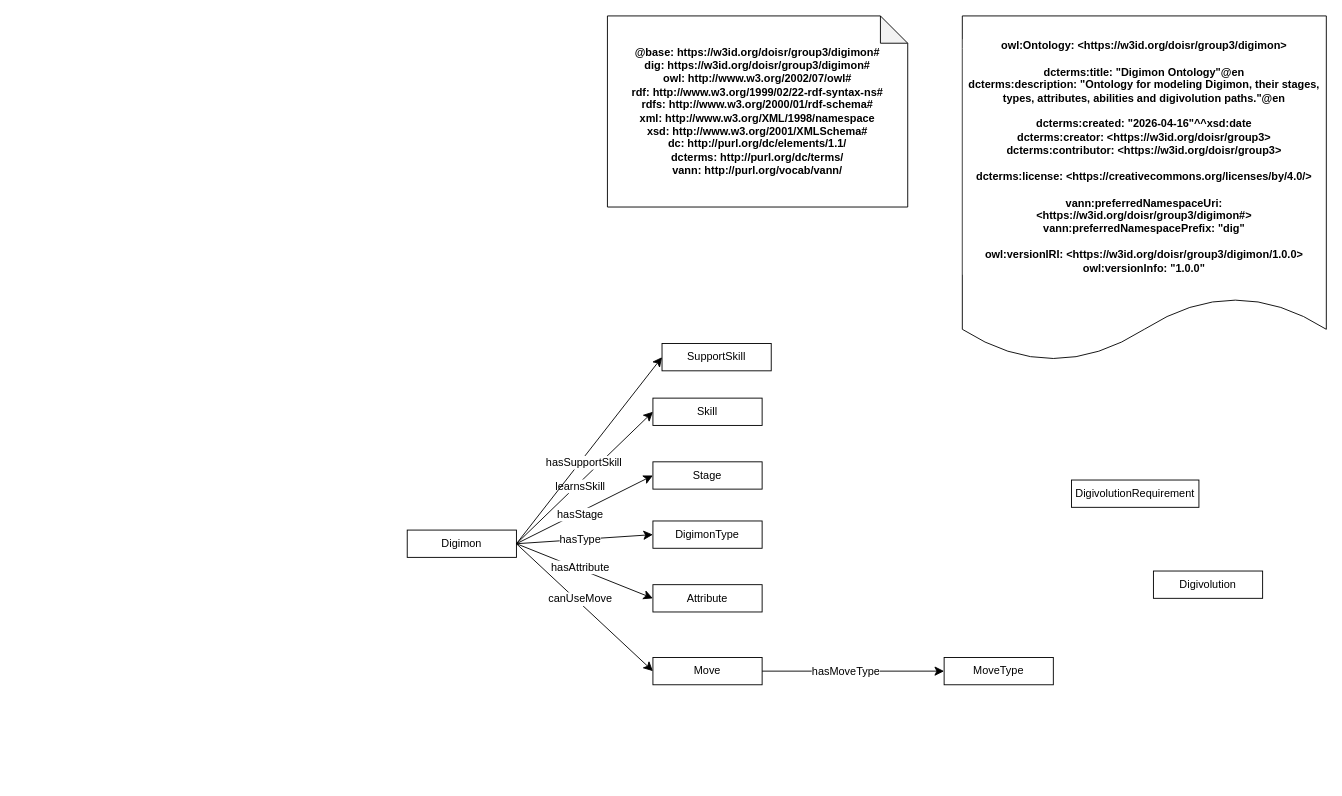
The draw.io diagram 1st ontology conceptualization assignment/1st OntConcept 25-26 Group 3.drawio.xml in alvaroogarciia1/DOISR-25-26, before the edit. Source tidied: cells renumbered, new cells numbered last; positions are measured from the earlier drawing's top-left corner, leaving out a move shared by most shapes. Both pictures are drawn from the tidied source at 91%, with x=0, y=0 at pixel (407, 15).
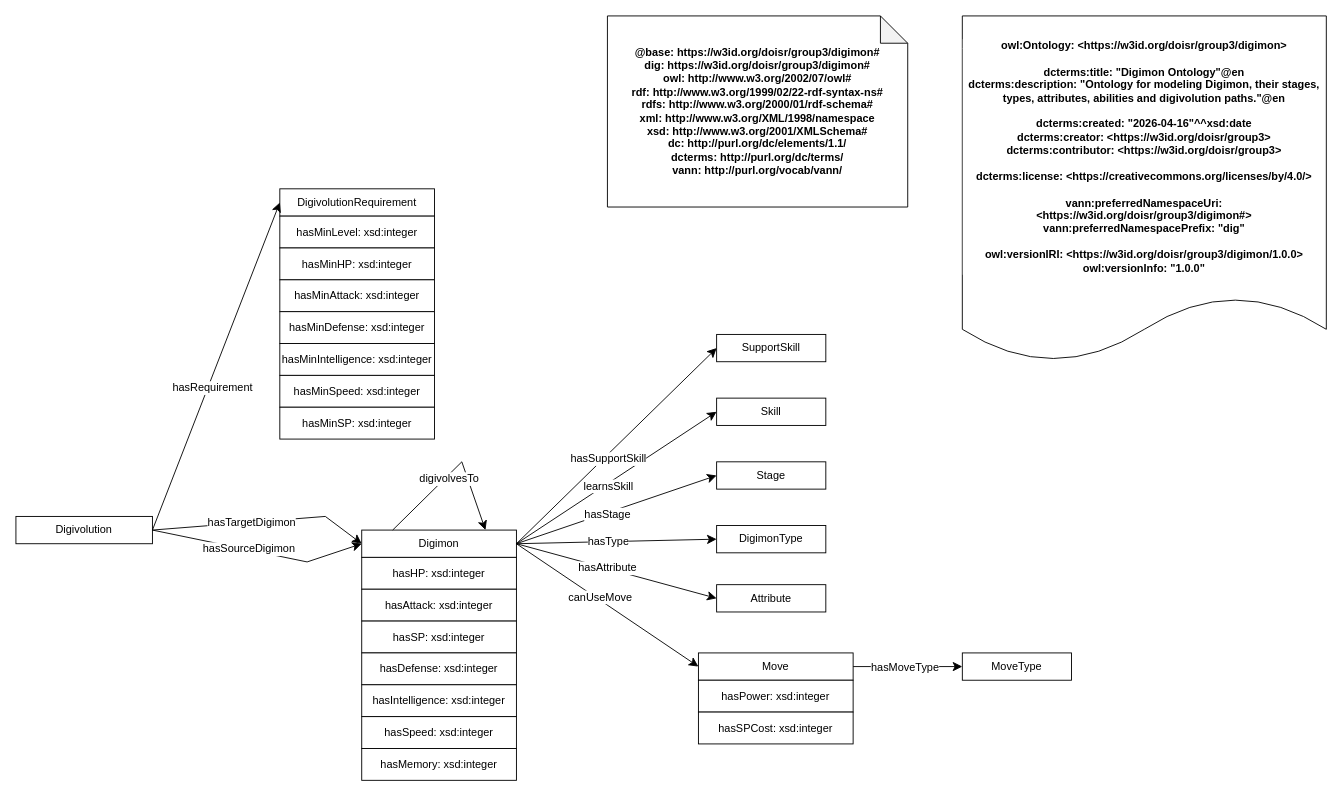
The same page after the edit.

The edit, as a diff of the source:
```diff
@@
     <mxCell id="4" value="Digimon" style="rounded=0;whiteSpace=wrap;html=1;snapToPoint=1;points=[[0.1,0],[0.2,0],[0.3,0],[0.4,0],[0.5,0],[0.6,0],[0.7,0],[0.8,0],[0.9,0],[0,0.1],[0,0.3],[0,0.5],[0,0.7],[0,0.9],[0.1,1],[0.2,1],[0.3,1],[0.4,1],[0.5,1],[0.6,1],[0.7,1],[0.8,1],[0.9,1],[1,0.1],[1,0.3],[1,0.5],[1,0.7],[1,0.9]];" parent="1" vertex="1">
-      <mxGeometry y="565" width="120" height="30" as="geometry" />
+      <mxGeometry x="-50" y="565" width="170" height="30" as="geometry" />
     </mxCell>
     <mxCell id="5" value="Stage" style="rounded=0;whiteSpace=wrap;html=1;snapToPoint=1;points=[[0.1,0],[0.2,0],[0.3,0],[0.4,0],[0.5,0],[0.6,0],[0.7,0],[0.8,0],[0.9,0],[0,0.1],[0,0.3],[0,0.5],[0,0.7],[0,0.9],[0.1,1],[0.2,1],[0.3,1],[0.4,1],[0.5,1],[0.6,1],[0.7,1],[0.8,1],[0.9,1],[1,0.1],[1,0.3],[1,0.5],[1,0.7],[1,0.9]];" parent="1" vertex="1">
-      <mxGeometry x="270" y="490" width="120" height="30" as="geometry" />
+      <mxGeometry x="340" y="490" width="120" height="30" as="geometry" />
     </mxCell>
     <mxCell id="6" value="DigimonType" style="rounded=0;whiteSpace=wrap;html=1;snapToPoint=1;points=[[0.1,0],[0.2,0],[0.3,0],[0.4,0],[0.5,0],[0.6,0],[0.7,0],[0.8,0],[0.9,0],[0,0.1],[0,0.3],[0,0.5],[0,0.7],[0,0.9],[0.1,1],[0.2,1],[0.3,1],[0.4,1],[0.5,1],[0.6,1],[0.7,1],[0.8,1],[0.9,1],[1,0.1],[1,0.3],[1,0.5],[1,0.7],[1,0.9]];" parent="1" vertex="1">
-      <mxGeometry x="270" y="555" width="120" height="30" as="geometry" />
+      <mxGeometry x="340" y="560" width="120" height="30" as="geometry" />
     </mxCell>
     <mxCell id="7" value="Attribute" style="rounded=0;whiteSpace=wrap;html=1;snapToPoint=1;points=[[0.1,0],[0.2,0],[0.3,0],[0.4,0],[0.5,0],[0.6,0],[0.7,0],[0.8,0],[0.9,0],[0,0.1],[0,0.3],[0,0.5],[0,0.7],[0,0.9],[0.1,1],[0.2,1],[0.3,1],[0.4,1],[0.5,1],[0.6,1],[0.7,1],[0.8,1],[0.9,1],[1,0.1],[1,0.3],[1,0.5],[1,0.7],[1,0.9]];" parent="1" vertex="1">
-      <mxGeometry x="270" y="625" width="120" height="30" as="geometry" />
+      <mxGeometry x="340" y="625" width="120" height="30" as="geometry" />
     </mxCell>
     <mxCell id="8" value="Move" style="rounded=0;whiteSpace=wrap;html=1;snapToPoint=1;points=[[0.1,0],[0.2,0],[0.3,0],[0.4,0],[0.5,0],[0.6,0],[0.7,0],[0.8,0],[0.9,0],[0,0.1],[0,0.3],[0,0.5],[0,0.7],[0,0.9],[0.1,1],[0.2,1],[0.3,1],[0.4,1],[0.5,1],[0.6,1],[0.7,1],[0.8,1],[0.9,1],[1,0.1],[1,0.3],[1,0.5],[1,0.7],[1,0.9]];" parent="1" vertex="1">
-      <mxGeometry x="270" y="705" width="120" height="30" as="geometry" />
+      <mxGeometry x="320" y="700" width="170" height="30" as="geometry" />
     </mxCell>
     <mxCell id="9" value="MoveType" style="rounded=0;whiteSpace=wrap;html=1;snapToPoint=1;points=[[0.1,0],[0.2,0],[0.3,0],[0.4,0],[0.5,0],[0.6,0],[0.7,0],[0.8,0],[0.9,0],[0,0.1],[0,0.3],[0,0.5],[0,0.7],[0,0.9],[0.1,1],[0.2,1],[0.3,1],[0.4,1],[0.5,1],[0.6,1],[0.7,1],[0.8,1],[0.9,1],[1,0.1],[1,0.3],[1,0.5],[1,0.7],[1,0.9]];" parent="1" vertex="1">
-      <mxGeometry x="590" y="705" width="120" height="30" as="geometry" />
+      <mxGeometry x="610" y="700" width="120" height="30" as="geometry" />
     </mxCell>
     <mxCell id="10" value="Skill" style="rounded=0;whiteSpace=wrap;html=1;snapToPoint=1;points=[[0.1,0],[0.2,0],[0.3,0],[0.4,0],[0.5,0],[0.6,0],[0.7,0],[0.8,0],[0.9,0],[0,0.1],[0,0.3],[0,0.5],[0,0.7],[0,0.9],[0.1,1],[0.2,1],[0.3,1],[0.4,1],[0.5,1],[0.6,1],[0.7,1],[0.8,1],[0.9,1],[1,0.1],[1,0.3],[1,0.5],[1,0.7],[1,0.9]];" parent="1" vertex="1">
-      <mxGeometry x="270" y="420" width="120" height="30" as="geometry" />
+      <mxGeometry x="340" y="420" width="120" height="30" as="geometry" />
     </mxCell>
     <mxCell id="11" value="SupportSkill" style="rounded=0;whiteSpace=wrap;html=1;snapToPoint=1;points=[[0.1,0],[0.2,0],[0.3,0],[0.4,0],[0.5,0],[0.6,0],[0.7,0],[0.8,0],[0.9,0],[0,0.1],[0,0.3],[0,0.5],[0,0.7],[0,0.9],[0.1,1],[0.2,1],[0.3,1],[0.4,1],[0.5,1],[0.6,1],[0.7,1],[0.8,1],[0.9,1],[1,0.1],[1,0.3],[1,0.5],[1,0.7],[1,0.9]];" parent="1" vertex="1">
-      <mxGeometry x="280" y="360" width="120" height="30" as="geometry" />
+      <mxGeometry x="340" y="350" width="120" height="30" as="geometry" />
     </mxCell>
     <mxCell id="12" value="Digivolution" style="rounded=0;whiteSpace=wrap;html=1;snapToPoint=1;points=[[0.1,0],[0.2,0],[0.3,0],[0.4,0],[0.5,0],[0.6,0],[0.7,0],[0.8,0],[0.9,0],[0,0.1],[0,0.3],[0,0.5],[0,0.7],[0,0.9],[0.1,1],[0.2,1],[0.3,1],[0.4,1],[0.5,1],[0.6,1],[0.7,1],[0.8,1],[0.9,1],[1,0.1],[1,0.3],[1,0.5],[1,0.7],[1,0.9]];" parent="1" vertex="1">
-      <mxGeometry x="820" y="610" width="120" height="30" as="geometry" />
+      <mxGeometry x="-430" y="550" width="150" height="30" as="geometry" />
     </mxCell>
     <mxCell id="13" value="DigivolutionRequirement" style="rounded=0;whiteSpace=wrap;html=1;snapToPoint=1;points=[[0.1,0],[0.2,0],[0.3,0],[0.4,0],[0.5,0],[0.6,0],[0.7,0],[0.8,0],[0.9,0],[0,0.1],[0,0.3],[0,0.5],[0,0.7],[0,0.9],[0.1,1],[0.2,1],[0.3,1],[0.4,1],[0.5,1],[0.6,1],[0.7,1],[0.8,1],[0.9,1],[1,0.1],[1,0.3],[1,0.5],[1,0.7],[1,0.9]];" parent="1" vertex="1">
-      <mxGeometry x="730" y="510" width="140" height="30" as="geometry" />
+      <mxGeometry x="-140" y="190" width="170" height="30" as="geometry" />
     </mxCell>
@@
+    <mxCell id="28" style="endArrow=classic;html=1;exitX=1;exitY=0.5;exitDx=0;exitDy=0;entryX=0;entryY=0.5;entryDx=0;entryDy=0;endSize=8;arcSize=0;rounded=0;" parent="1" edge="1" source="12" target="4">
+      <mxGeometry relative="1" as="geometry">
+        <Array as="points">
+          <mxPoint x="-110" y="600" />
+        </Array>
+      </mxGeometry>
+    </mxCell>
+    <mxCell id="29" value="&lt;div&gt;hasSourceDigimon&lt;/div&gt;" style="text;html=1;align=center;verticalAlign=middle;labelBackgroundColor=#ffffff;" parent="28" vertex="1">
+      <mxGeometry x="-0.13" relative="1" as="geometry">
+        <mxPoint x="4.2" as="offset" />
+      </mxGeometry>
+    </mxCell>
+    <mxCell id="30" style="endArrow=classic;html=1;exitX=1;exitY=0.5;exitDx=0;exitDy=0;entryX=0;entryY=0.5;entryDx=0;entryDy=0;endSize=8;arcSize=0;rounded=0;" parent="1" edge="1" source="12" target="4">
+      <mxGeometry relative="1" as="geometry">
+        <Array as="points">
+          <mxPoint x="-90" y="550" />
+        </Array>
+      </mxGeometry>
+    </mxCell>
+    <mxCell id="31" value="&lt;div&gt;hasTargetDigimon&lt;/div&gt;" style="text;html=1;align=center;verticalAlign=middle;labelBackgroundColor=#ffffff;" parent="30" vertex="1">
+      <mxGeometry x="-0.13" relative="1" as="geometry">
+        <mxPoint x="4.2" as="offset" />
+      </mxGeometry>
+    </mxCell>
+    <mxCell id="32" style="endArrow=classic;html=1;exitX=1;exitY=0.5;exitDx=0;exitDy=0;entryX=0;entryY=0.5;entryDx=0;entryDy=0;endSize=8;arcSize=0;rounded=0;" parent="1" edge="1" source="12" target="13">
+      <mxGeometry relative="1" as="geometry" />
+    </mxCell>
+    <mxCell id="33" value="&lt;div&gt;hasRequirement&lt;/div&gt;" style="text;html=1;align=center;verticalAlign=middle;labelBackgroundColor=#ffffff;" parent="32" vertex="1">
+      <mxGeometry x="-0.13" relative="1" as="geometry">
+        <mxPoint x="4.2" as="offset" />
+      </mxGeometry>
+    </mxCell>
+    <mxCell id="34" style="endArrow=classic;html=1;exitX=0.2;exitY=0;exitDx=0;exitDy=0;entryX=0.8;entryY=0;entryDx=0;entryDy=0;endSize=8;arcSize=0;rounded=0;" parent="1" edge="1" source="4" target="4">
+      <mxGeometry relative="1" as="geometry">
+        <Array as="points">
+          <mxPoint x="60" y="490" />
+        </Array>
+      </mxGeometry>
+    </mxCell>
+    <mxCell id="35" value="&lt;div&gt;digivolvesTo&lt;/div&gt;" style="text;html=1;align=center;verticalAlign=middle;labelBackgroundColor=#ffffff;" parent="34" vertex="1">
+      <mxGeometry x="-0.13" relative="1" as="geometry">
+        <mxPoint x="4.2" as="offset" />
+      </mxGeometry>
+    </mxCell>
+    <mxCell id="36" value="hasHP: xsd:integer" style="rounded=0;whiteSpace=wrap;html=1;" parent="1" vertex="1">
+      <mxGeometry x="-50" y="595" width="170" height="35" as="geometry" />
+    </mxCell>
+    <mxCell id="37" value="hasAttack: xsd:integer" style="rounded=0;whiteSpace=wrap;html=1;" parent="1" vertex="1">
+      <mxGeometry x="-50" y="630" width="170" height="35" as="geometry" />
+    </mxCell>
+    <mxCell id="38" value="hasSP: xsd:integer" style="rounded=0;whiteSpace=wrap;html=1;" parent="1" vertex="1">
+      <mxGeometry x="-50" y="665" width="170" height="35" as="geometry" />
+    </mxCell>
+    <mxCell id="39" value="hasDefense: xsd:integer" style="rounded=0;whiteSpace=wrap;html=1;" parent="1" vertex="1">
+      <mxGeometry x="-50" y="700" width="170" height="35" as="geometry" />
+    </mxCell>
+    <mxCell id="40" value="hasIntelligence: xsd:integer" style="rounded=0;whiteSpace=wrap;html=1;" parent="1" vertex="1">
+      <mxGeometry x="-50" y="735" width="170" height="35" as="geometry" />
+    </mxCell>
+    <mxCell id="41" value="hasSpeed: xsd:integer" style="rounded=0;whiteSpace=wrap;html=1;" parent="1" vertex="1">
+      <mxGeometry x="-50" y="770" width="170" height="35" as="geometry" />
+    </mxCell>
+    <mxCell id="42" value="hasMemory: xsd:integer" style="rounded=0;whiteSpace=wrap;html=1;" parent="1" vertex="1">
+      <mxGeometry x="-50" y="805" width="170" height="35" as="geometry" />
+    </mxCell>
+    <mxCell id="43" value="hasPower: xsd:integer" style="rounded=0;whiteSpace=wrap;html=1;" parent="1" vertex="1">
+      <mxGeometry x="320" y="730" width="170" height="35" as="geometry" />
+    </mxCell>
+    <mxCell id="44" value="hasSPCost: xsd:integer" style="rounded=0;whiteSpace=wrap;html=1;" parent="1" vertex="1">
+      <mxGeometry x="320" y="765" width="170" height="35" as="geometry" />
+    </mxCell>
+    <mxCell id="45" value="hasMinLevel: xsd:integer" style="rounded=0;whiteSpace=wrap;html=1;" parent="1" vertex="1">
+      <mxGeometry x="-140" y="220" width="170" height="35" as="geometry" />
+    </mxCell>
+    <mxCell id="46" value="hasMinHP: xsd:integer" style="rounded=0;whiteSpace=wrap;html=1;" parent="1" vertex="1">
+      <mxGeometry x="-140" y="255" width="170" height="35" as="geometry" />
+    </mxCell>
+    <mxCell id="47" value="hasMinAttack: xsd:integer" style="rounded=0;whiteSpace=wrap;html=1;" parent="1" vertex="1">
+      <mxGeometry x="-140" y="290" width="170" height="35" as="geometry" />
+    </mxCell>
+    <mxCell id="48" value="hasMinDefense: xsd:integer" style="rounded=0;whiteSpace=wrap;html=1;" parent="1" vertex="1">
+      <mxGeometry x="-140" y="325" width="170" height="35" as="geometry" />
+    </mxCell>
+    <mxCell id="49" value="hasMinIntelligence: xsd:integer" style="rounded=0;whiteSpace=wrap;html=1;" parent="1" vertex="1">
+      <mxGeometry x="-140" y="360" width="170" height="35" as="geometry" />
+    </mxCell>
+    <mxCell id="50" value="hasMinSpeed: xsd:integer" style="rounded=0;whiteSpace=wrap;html=1;" parent="1" vertex="1">
+      <mxGeometry x="-140" y="395" width="170" height="35" as="geometry" />
+    </mxCell>
+    <mxCell id="51" value="hasMinSP: xsd:integer" style="rounded=0;whiteSpace=wrap;html=1;" parent="1" vertex="1">
+      <mxGeometry x="-140" y="430" width="170" height="35" as="geometry" />
+    </mxCell>
```
